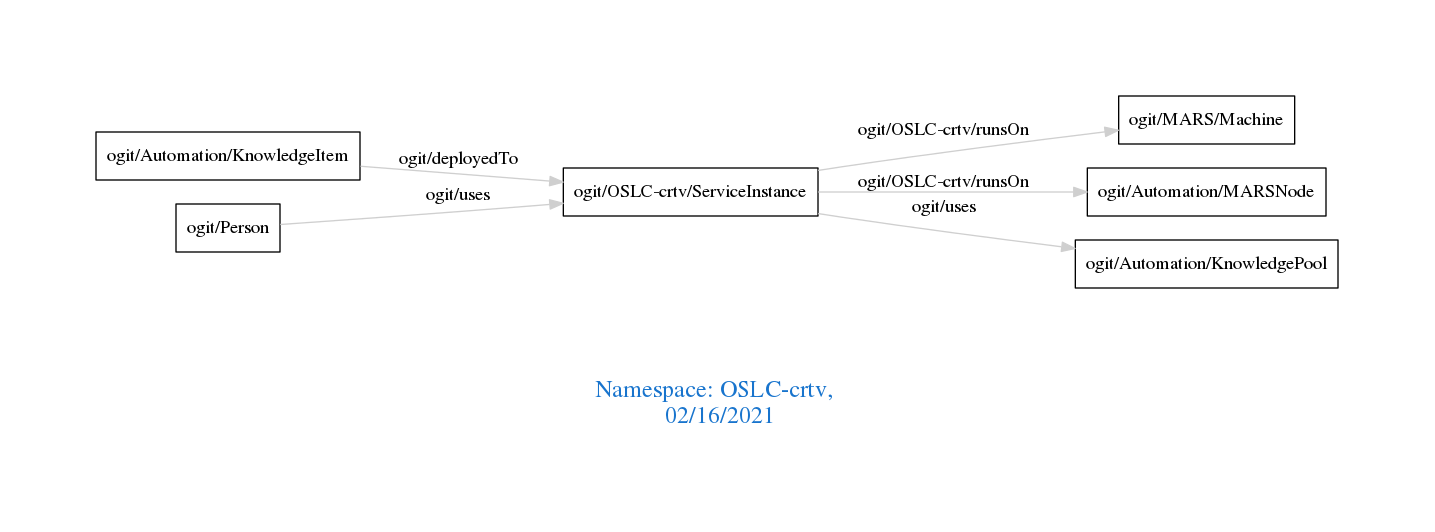
Above: downloads/OSLC-crtv.png in arago/OGIT (Graphviz), before the change. Its source is kept beside it as downloads/OSLC-crtv.dot.
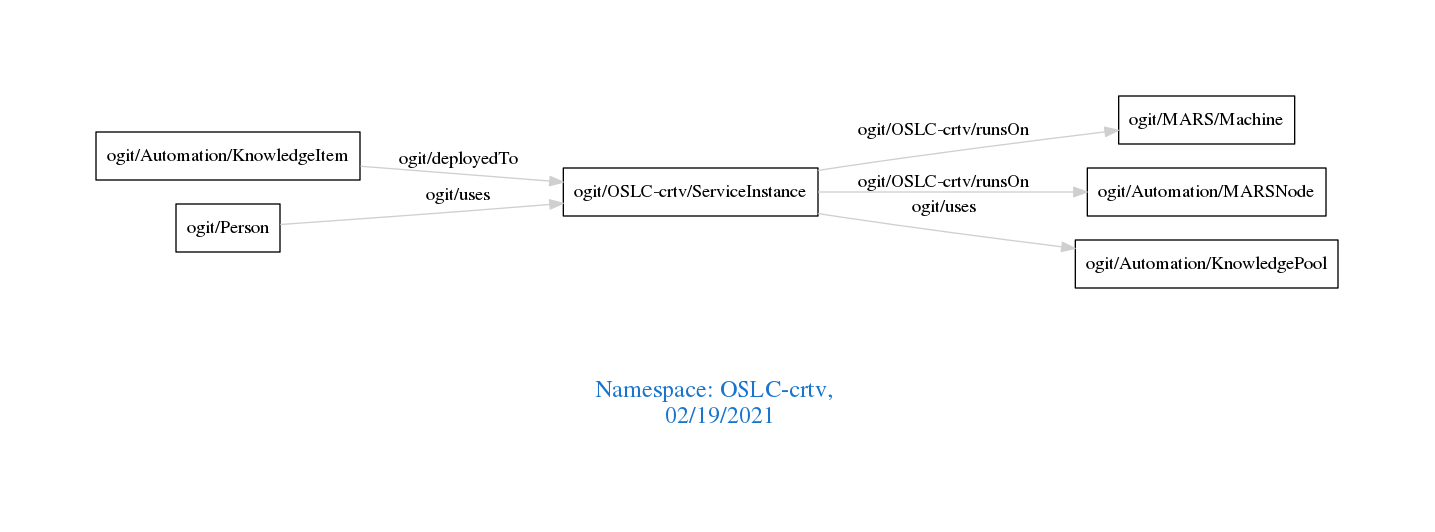
The same file after the commit.

The edit, as a diff of the source:
```diff
@@ -1,7 +1,7 @@
 digraph OGIT_ontology {
  graph [ rankdir= LR,pad=1
 fontsize = 18,
-fontcolor= dodgerblue3,label = "\n\n\nNamespace: OSLC-crtv, \n 02/16/2021"];
+fontcolor= dodgerblue3,label = "\n\n\nNamespace: OSLC-crtv, \n 02/19/2021"];
 node[shape=polygon];
 edge [  color="gray81"];
 
```
